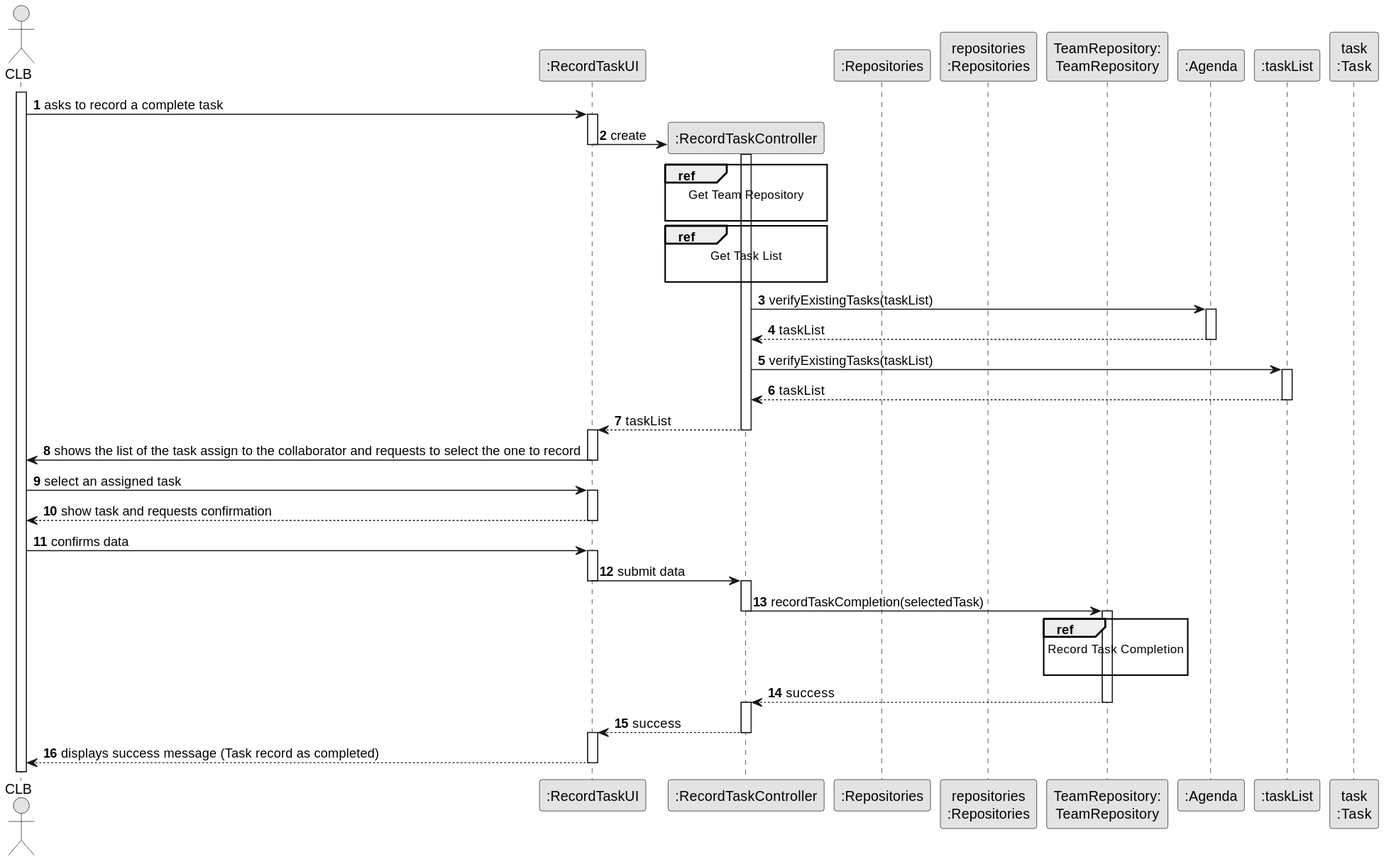
The PlantUML diagram docs/sprintC/us029/03.design/svg/us029-sequence-diagram-split.svg in ricardomm7/leaflink, before a commit.
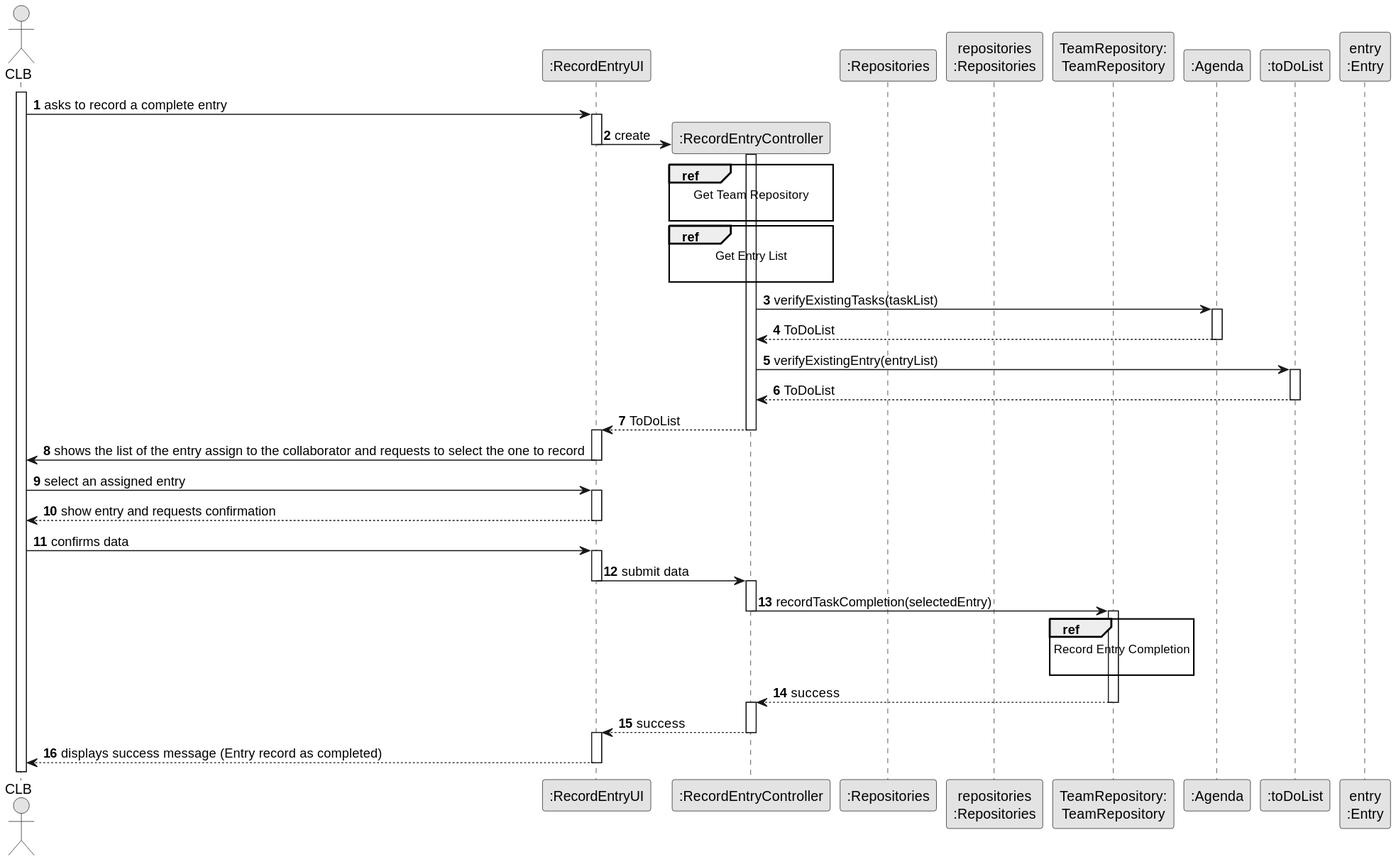
Later version of the same file.

Diff of the diagram source:
```diff
@@ -7,20 +7,20 @@
 autonumber
 
 actor "CLB" as CLB
-participant ":RecordTaskUI" as UI
-participant ":RecordTaskController" as CTRL
+participant ":RecordEntryUI" as UI
+participant ":RecordEntryController" as CTRL
 participant ":Repositories" as RepositorySingleton
 participant "repositories\n:Repositories" as PLAT
 participant "TeamRepository:\nTeamRepository" as TeamRepository
 participant ":Agenda" as Agenda
-participant ":taskList" as taskList
+participant ":toDoList" as ToDoList
 
-participant "task\n:Task" as Task
+participant "entry\n:Entry" as Entry
 
 
 activate CLB
 
-    CLB -> UI : asks to record a complete task
+    CLB -> UI : asks to record a complete entry
     activate UI
 
         UI -> CTRL** : create
@@ -35,33 +35,33 @@
 
 
         ref over CTRL
-                    Get Task List
+                    Get Entry List
 
                 end ref
 
             CTRL -> Agenda : verifyExistingTasks(taskList)
             activate Agenda
 
-                Agenda --> CTRL : taskList
+                Agenda --> CTRL : ToDoList
             deactivate Agenda
 
-            CTRL -> taskList : verifyExistingTasks(taskList)
-            activate taskList
+            CTRL -> ToDoList : verifyExistingEntry(entryList)
+            activate ToDoList
 
-                taskList --> CTRL : taskList
-            deactivate taskList
+                ToDoList --> CTRL : ToDoList
+            deactivate ToDoList
 
-            CTRL --> UI : taskList
+            CTRL --> UI : ToDoList
         deactivate CTRL
         activate UI
 
-        UI -> CLB : shows the list of the task assign to the collaborator and requests to select the one to record
+        UI -> CLB : shows the list of the entry assign to the collaborator and requests to select the one to record
     deactivate UI
 
-    CLB -> UI : select an assigned task
+    CLB -> UI : select an assigned entry
     activate UI
 
-        UI --> CLB : show task and requests confirmation
+        UI --> CLB : show entry and requests confirmation
     deactivate UI
 
     CLB -> UI : confirms data
@@ -71,12 +71,12 @@
         deactivate UI
         activate CTRL
 
-            CTRL -> TeamRepository : recordTaskCompletion(selectedTask)
+            CTRL -> TeamRepository : recordTaskCompletion(selectedEntry)
             deactivate CTRL
             activate TeamRepository
 
             ref over TeamRepository
-                        Record Task Completion
+                        Record Entry Completion
 
             end ref
 
@@ -88,6 +88,6 @@
         deactivate CTRL
         activate UI
 
-        UI --> CLB : displays success message (Task record as completed)
+        UI --> CLB : displays success message (Entry record as completed)
     deactivate UI
 @enduml
```
